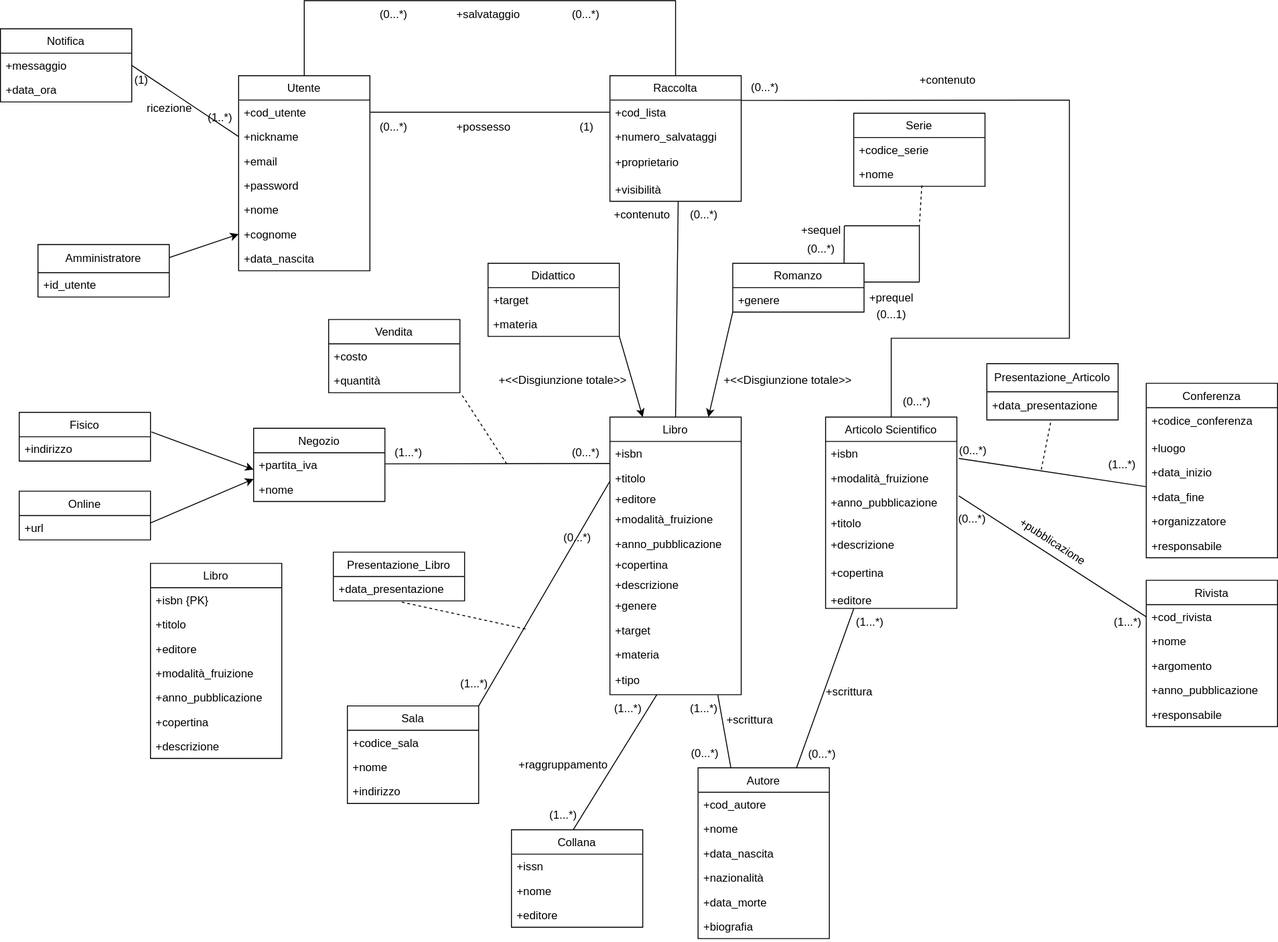
This is progettazione_concettuale/Modello_Concettuale.drawio.svg from m3tt0/Progetto_OB_BASI, a draw.io export, as it was before one commit. Source tidied: cells renumbered, new cells last; positions are measured from the earlier drawing's top-left corner, leaving out a move shared by most shapes.
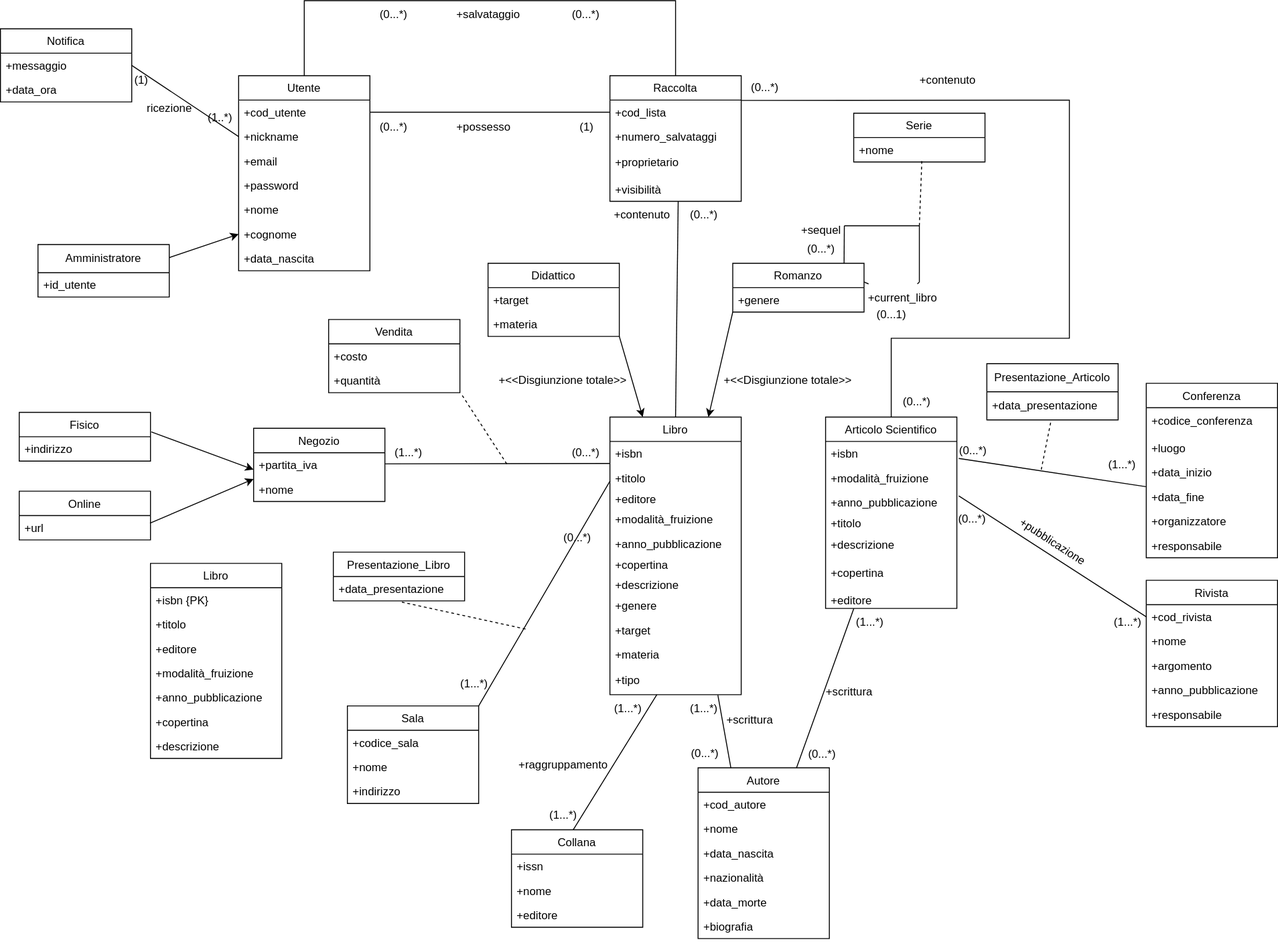
After the change.

What changed in the source:
```diff
@@ -322,9 +322,8 @@
         <mxPoint x="980" y="300" as="targetPoint" />
       </mxGeometry>
     </mxCell>
-    <mxCell id="102" style="endArrow=none;html=1;rounded=0;" parent="1" edge="1">
+    <mxCell id="102" style="endArrow=none;html=1;rounded=0;" parent="1" edge="1" source="106">
       <mxGeometry relative="1" as="geometry">
-        <mxPoint x="921" y="300" as="sourcePoint" />
         <mxPoint x="980" y="300" as="targetPoint" />
       </mxGeometry>
     </mxCell>
@@ -337,22 +336,16 @@
     <mxCell id="105" value="+sequel" style="text;html=1;align=center;verticalAlign=middle;strokeColor=none;fillColor=none;" parent="1" vertex="1">
       <mxGeometry x="840" y="230" width="70" height="30" as="geometry" />
     </mxCell>
-    <mxCell id="106" value="+prequel" style="text;html=1;align=center;verticalAlign=middle;points=[];strokeColor=none;fillColor=none;" parent="1" vertex="1">
-      <mxGeometry x="915" y="302" width="70" height="30" as="geometry" />
-    </mxCell>
     <mxCell id="107" style="endArrow=none;dashed=1;html=1;rounded=0;exitX=0.519;exitY=0.962;exitDx=0;exitDy=0;exitPerimeter=0;" parent="1" edge="1" source="110">
       <mxGeometry relative="1" as="geometry">
         <mxPoint x="980" y="240" as="targetPoint" />
       </mxGeometry>
     </mxCell>
     <mxCell id="108" value="Serie" style="swimlane;fontStyle=0;horizontal=1;startSize=26;fillColor=none;" parent="1" vertex="1">
-      <mxGeometry x="910" y="120" width="140" height="78" as="geometry" />
+      <mxGeometry x="910" y="120" width="140" height="52" as="geometry" />
     </mxCell>
-    <mxCell id="109" value="+codice_serie" style="text;strokeColor=none;fillColor=none;align=left;verticalAlign=top;spacingLeft=4;spacingRight=4;overflow=hidden;" parent="108" vertex="1">
-      <mxGeometry y="26" width="140" height="26" as="geometry" />
-    </mxCell>
     <mxCell id="110" value="+nome" style="text;strokeColor=none;fillColor=none;align=left;verticalAlign=top;spacingLeft=4;spacingRight=4;overflow=hidden;points=[[0,0.5],[1,0.5]];portConstraint=eastwest;" parent="108" vertex="1">
-      <mxGeometry y="52" width="140" height="26" as="geometry" />
+      <mxGeometry y="26" width="140" height="26" as="geometry" />
     </mxCell>
     <mxCell id="111" value="Raccolta" style="swimlane;fontStyle=0;horizontal=1;startSize=26;fillColor=none;" parent="1" vertex="1">
       <mxGeometry x="650" y="80" width="140" height="134" as="geometry" />
@@ -526,5 +519,13 @@
         <mxPoint x="1120" y="450" as="targetPoint" />
       </mxGeometry>
     </mxCell>
+    <mxCell id="162" style="endArrow=none;html=1;rounded=0;" parent="1" edge="1" target="106">
+      <mxGeometry relative="1" as="geometry">
+        <mxPoint x="921" y="300" as="sourcePoint" />
+      </mxGeometry>
+    </mxCell>
+    <mxCell id="106" value="+current_libro" style="text;html=1;align=center;verticalAlign=middle;points=[];strokeColor=none;fillColor=none;" parent="1" vertex="1">
+      <mxGeometry x="912" y="302" width="100" height="30" as="geometry" />
+    </mxCell>
   </root>
 </mxGraphModel>
```
